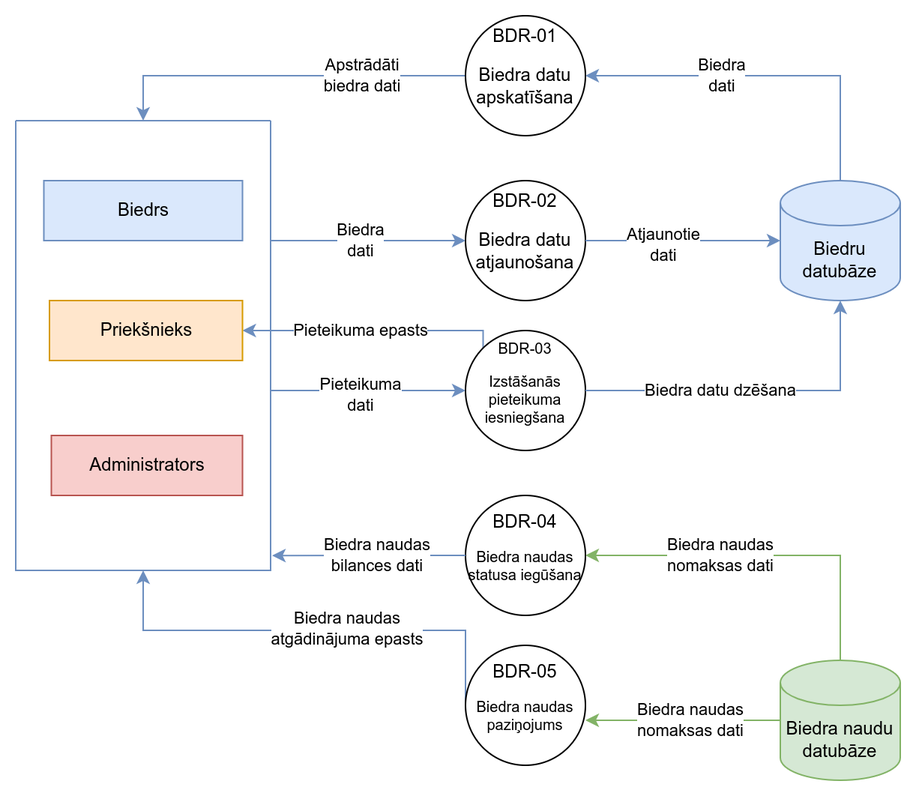
Earlier version of the draw.io export Documentation/2_limena_BDR_DPD.png (JekabsVanags/LSGCO_IS). Source tidied: cells renumbered, new cells last; positions are measured from the earlier drawing's top-left corner, leaving out a move shared by most shapes.
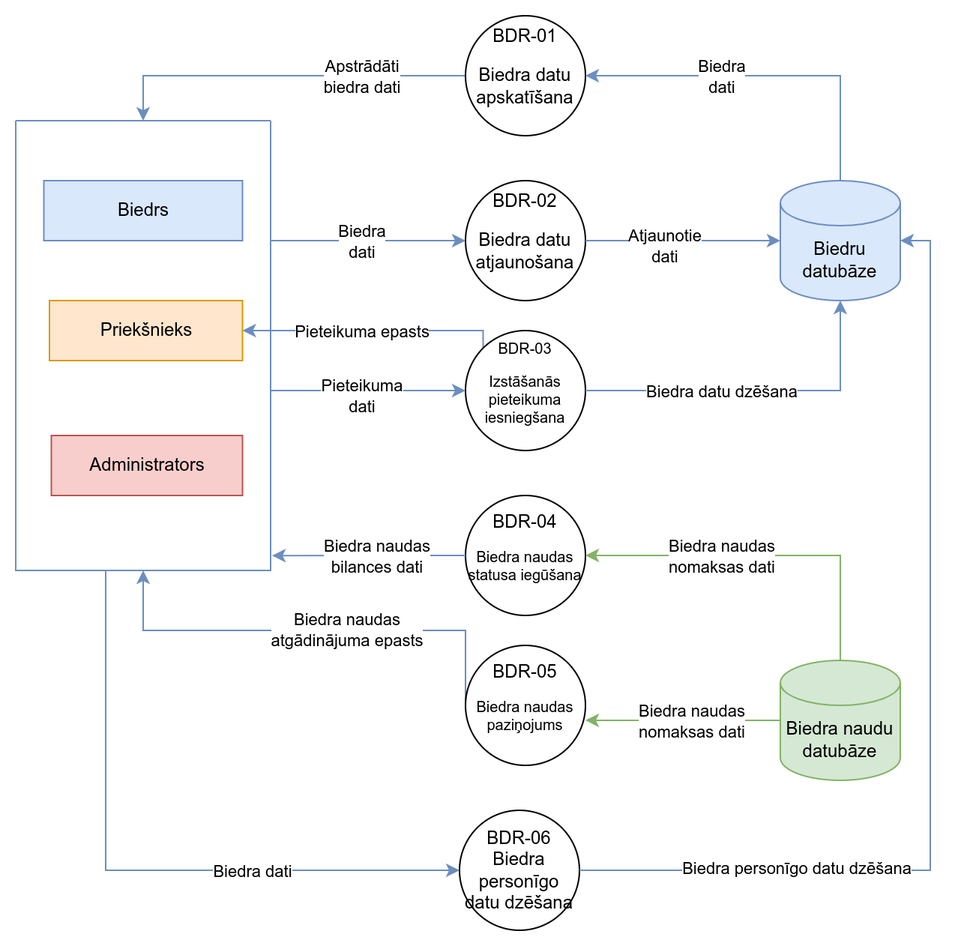
Later version of the same file.

Change to the diagram source:
```diff
@@ -138,5 +138,27 @@
         <mxPoint x="6" y="1" as="offset" />
       </mxGeometry>
     </mxCell>
+    <mxCell id="35" style="edgeStyle=orthogonalEdgeStyle;rounded=0;jettySize=auto;html=1;entryX=0;entryY=0.5;entryDx=0;entryDy=0;fillColor=#dae8fc;strokeColor=#6c8ebf;" parent="1" edge="1" target="37">
+      <mxGeometry relative="1" as="geometry">
+        <mxPoint x="60" y="370" as="sourcePoint" />
+        <Array as="points">
+          <mxPoint x="60" y="570" />
+        </Array>
+      </mxGeometry>
+    </mxCell>
+    <mxCell id="36" value="Biedra dati" style="edgeLabel;html=1;align=center;verticalAlign=middle;" parent="35" vertex="1">
+      <mxGeometry x="0.36" relative="1" as="geometry" />
+    </mxCell>
+    <mxCell id="37" value="BDR-06&lt;br&gt;Biedra personīgo datu dzēšana" style="ellipse;whiteSpace=wrap;html=1;" parent="1" vertex="1">
+      <mxGeometry x="296" y="530" width="80" height="80" as="geometry" />
+    </mxCell>
+    <mxCell id="38" style="edgeStyle=orthogonalEdgeStyle;rounded=0;jettySize=auto;html=1;exitX=1;exitY=0.5;exitDx=0;exitDy=0;entryX=1;entryY=0.5;entryDx=0;entryDy=0;entryPerimeter=0;fillColor=#dae8fc;strokeColor=#6c8ebf;" parent="1" edge="1" source="37" target="23">
+      <mxGeometry relative="1" as="geometry" />
+    </mxCell>
+    <mxCell id="39" value="Biedra personīgo datu dzēšana" style="edgeLabel;html=1;align=center;verticalAlign=middle;" parent="38" vertex="1">
+      <mxGeometry x="-0.46" y="2" relative="1" as="geometry">
+        <mxPoint x="-37" as="offset" />
+      </mxGeometry>
+    </mxCell>
   </root>
 </mxGraphModel>
```
